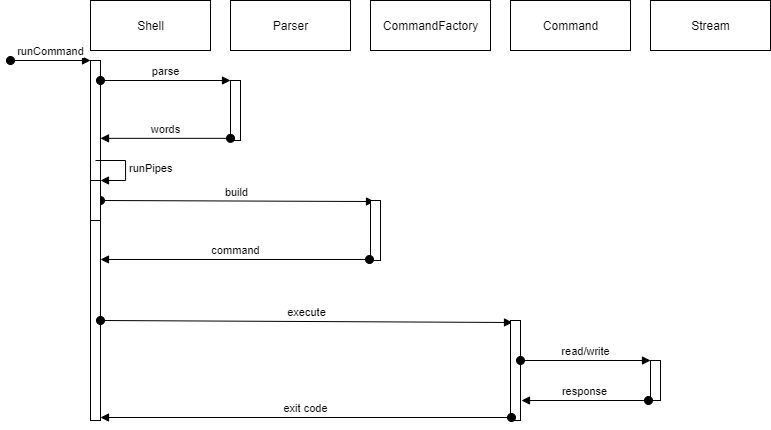
The draw.io diagram src/main/resources/UML/sequence_diagram.png in tretikoff/SoftwareDesign, before a commit. Source tidied: cells renumbered, new cells last; positions are measured from the earlier drawing's top-left corner, leaving out a move shared by most shapes.
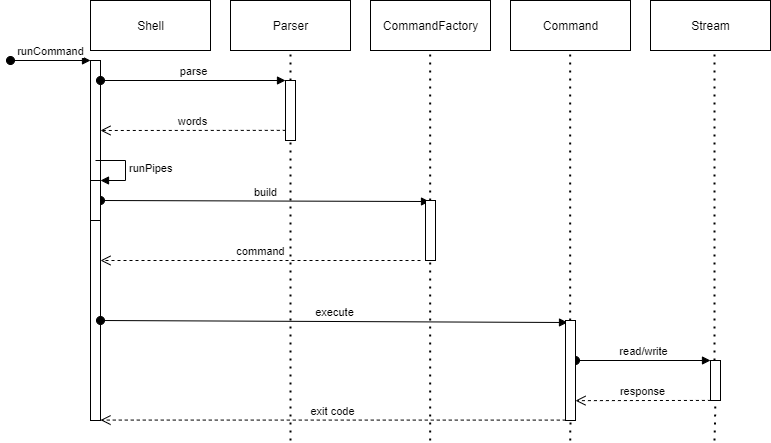
The same file after the commit.

The edit, as a diff of the source:
```diff
@@ -2,6 +2,17 @@
   <root>
     <mxCell id="0" />
     <mxCell id="1" parent="0" />
+    <mxCell id="23" style="endArrow=none;dashed=1;html=1;dashPattern=1 3;strokeWidth=2;entryX=0.5;entryY=1;entryDx=0;entryDy=0;" parent="1" edge="1">
+      <mxGeometry relative="1" as="geometry">
+        <mxPoint x="419.7" y="440" as="sourcePoint" />
+        <mxPoint x="419.7" y="50" as="targetPoint" />
+      </mxGeometry>
+    </mxCell>
+    <mxCell id="24" style="endArrow=none;dashed=1;html=1;dashPattern=1 3;strokeWidth=2;entryX=0.5;entryY=1;entryDx=0;entryDy=0;" parent="1" edge="1" target="5">
+      <mxGeometry relative="1" as="geometry">
+        <mxPoint x="280" y="440" as="sourcePoint" />
+      </mxGeometry>
+    </mxCell>
     <mxCell id="2" value="CommandFactory" style="html=1;" parent="1" vertex="1">
       <mxGeometry x="360" width="120" height="50" as="geometry" />
     </mxCell>
@@ -24,7 +35,7 @@
       </mxGeometry>
     </mxCell>
     <mxCell id="8" style="html=1;points=[];perimeter=orthogonalPerimeter;" parent="1" vertex="1">
-      <mxGeometry x="220" y="80" width="10" height="60" as="geometry" />
+      <mxGeometry x="275" y="80" width="10" height="60" as="geometry" />
     </mxCell>
     <mxCell id="9" value="parse" style="html=1;verticalAlign=bottom;startArrow=oval;startFill=1;endArrow=block;startSize=8;" parent="1" edge="1" target="8">
       <mxGeometry relative="1" as="geometry">
@@ -37,7 +48,7 @@
       </mxGeometry>
     </mxCell>
     <mxCell id="11" style="html=1;points=[];perimeter=orthogonalPerimeter;" parent="1" vertex="1">
-      <mxGeometry x="360" y="200" width="10" height="60" as="geometry" />
+      <mxGeometry x="415" y="200" width="10" height="60" as="geometry" />
     </mxCell>
     <mxCell id="12" style="html=1;points=[];perimeter=orthogonalPerimeter;" parent="1" vertex="1">
       <mxGeometry x="80" y="180" width="10" height="40" as="geometry" />
@@ -50,9 +61,6 @@
         </Array>
       </mxGeometry>
     </mxCell>
-    <mxCell id="14" value="words" style="html=1;verticalAlign=bottom;startArrow=oval;startFill=1;endArrow=block;startSize=8;exitX=0;exitY=0.964;exitDx=0;exitDy=0;exitPerimeter=0;" parent="1" edge="1" source="8" target="6">
-      <mxGeometry relative="1" as="geometry" />
-    </mxCell>
     <mxCell id="15" value="Stream" style="html=1;" parent="1" vertex="1">
       <mxGeometry x="640" width="120" height="50" as="geometry" />
     </mxCell>
@@ -61,26 +69,55 @@
         <mxPoint x="90" y="320" as="sourcePoint" />
       </mxGeometry>
     </mxCell>
+    <mxCell id="19" value="read/write" style="html=1;verticalAlign=bottom;startArrow=oval;endArrow=block;startSize=8;exitX=1;exitY=0.4;exitDx=0;exitDy=0;exitPerimeter=0;" parent="1" edge="1" source="17" target="18">
+      <mxGeometry relative="1" as="geometry" />
+    </mxCell>
+    <mxCell id="25" style="endArrow=none;dashed=1;html=1;dashPattern=1 3;strokeWidth=2;entryX=0.5;entryY=1;entryDx=0;entryDy=0;startArrow=none;" parent="1" edge="1" source="17">
+      <mxGeometry relative="1" as="geometry">
+        <mxPoint x="559.7" y="50" as="targetPoint" />
+      </mxGeometry>
+    </mxCell>
+    <mxCell id="26" style="endArrow=none;dashed=1;html=1;dashPattern=1 3;strokeWidth=2;entryX=0.5;entryY=1;entryDx=0;entryDy=0;startArrow=none;" parent="1" edge="1" source="18">
+      <mxGeometry relative="1" as="geometry">
+        <mxPoint x="704" y="50" as="targetPoint" />
+      </mxGeometry>
+    </mxCell>
     <mxCell id="17" style="html=1;points=[];perimeter=orthogonalPerimeter;" parent="1" vertex="1">
-      <mxGeometry x="500" y="320" width="10" height="100" as="geometry" />
+      <mxGeometry x="555" y="320" width="10" height="100" as="geometry" />
     </mxCell>
+    <mxCell id="27" style="endArrow=none;dashed=1;html=1;dashPattern=1 3;strokeWidth=2;entryX=0.5;entryY=1;entryDx=0;entryDy=0;" parent="1" edge="1" target="17">
+      <mxGeometry relative="1" as="geometry">
+        <mxPoint x="559.7" y="440" as="sourcePoint" />
+      </mxGeometry>
+    </mxCell>
     <mxCell id="18" style="html=1;points=[];perimeter=orthogonalPerimeter;" parent="1" vertex="1">
-      <mxGeometry x="640" y="360" width="10" height="40" as="geometry" />
+      <mxGeometry x="700" y="360" width="10" height="40" as="geometry" />
     </mxCell>
-    <mxCell id="19" value="read/write" style="html=1;verticalAlign=bottom;startArrow=oval;endArrow=block;startSize=8;exitX=1;exitY=0.4;exitDx=0;exitDy=0;exitPerimeter=0;" parent="1" edge="1" source="17" target="18">
-      <mxGeometry relative="1" as="geometry" />
-    </mxCell>
+    <mxCell id="28" style="endArrow=none;dashed=1;html=1;dashPattern=1 3;strokeWidth=2;entryX=0.5;entryY=1;entryDx=0;entryDy=0;" parent="1" edge="1" target="18">
+      <mxGeometry relative="1" as="geometry">
+        <mxPoint x="704" y="440" as="sourcePoint" />
+      </mxGeometry>
+    </mxCell>
+    <mxCell id="21" value="command" style="html=1;verticalAlign=bottom;endArrow=open;dashed=1;endSize=8;" parent="1" edge="1">
+      <mxGeometry relative="1" as="geometry">
+        <mxPoint x="410" y="260" as="sourcePoint" />
+        <mxPoint x="90" y="260" as="targetPoint" />
+      </mxGeometry>
+    </mxCell>
+    <mxCell id="14" value="words" style="html=1;verticalAlign=bottom;endArrow=open;dashed=1;endSize=8;exitX=0.029;exitY=0.831;exitDx=0;exitDy=0;exitPerimeter=0;" parent="1" edge="1" source="8">
+      <mxGeometry relative="1" as="geometry">
+        <mxPoint x="90" y="130" as="targetPoint" />
+      </mxGeometry>
+    </mxCell>
+    <mxCell id="22" value="exit code" style="html=1;verticalAlign=bottom;endArrow=open;dashed=1;endSize=8;exitX=0.029;exitY=0.996;exitDx=0;exitDy=0;exitPerimeter=0;" parent="1" edge="1" source="17">
+      <mxGeometry relative="1" as="geometry">
+        <mxPoint x="90" y="419.6" as="targetPoint" />
+      </mxGeometry>
+    </mxCell>
-    <mxCell id="20" value="response" style="html=1;verticalAlign=bottom;startArrow=oval;startFill=1;endArrow=block;startSize=8;" parent="1" edge="1">
+    <mxCell id="20" value="response" style="html=1;verticalAlign=bottom;endArrow=open;dashed=1;endSize=8;exitX=0.042;exitY=0.998;exitDx=0;exitDy=0;exitPerimeter=0;" parent="1" edge="1" source="18">
       <mxGeometry relative="1" as="geometry">
-        <mxPoint x="638" y="400" as="sourcePoint" />
-        <mxPoint x="511" y="400" as="targetPoint" />
+        <mxPoint x="565" y="400.1" as="targetPoint" />
       </mxGeometry>
     </mxCell>
-    <mxCell id="21" value="command" style="html=1;verticalAlign=bottom;startArrow=oval;startFill=1;endArrow=block;startSize=8;exitX=-0.1;exitY=0.983;exitDx=0;exitDy=0;exitPerimeter=0;" parent="1" edge="1" source="11" target="6">
-      <mxGeometry relative="1" as="geometry" />
-    </mxCell>
-    <mxCell id="22" value="exit code" style="html=1;verticalAlign=bottom;startArrow=oval;startFill=1;endArrow=block;startSize=8;exitX=0.1;exitY=0.97;exitDx=0;exitDy=0;exitPerimeter=0;" parent="1" edge="1" source="17" target="6">
-      <mxGeometry relative="1" as="geometry" />
-    </mxCell>
   </root>
 </mxGraphModel>
```
